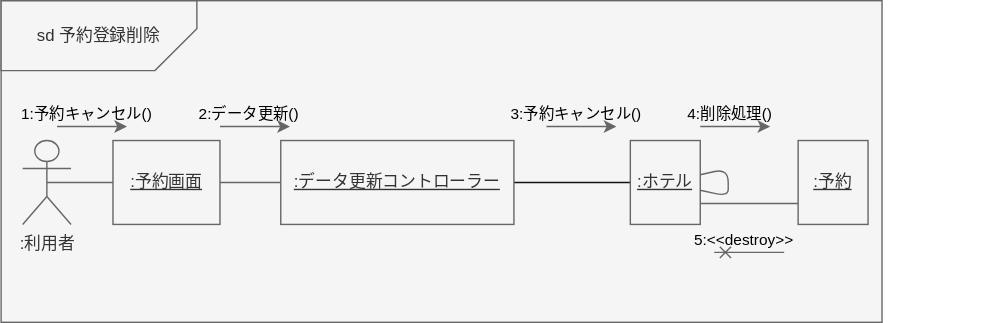
This is 演習５-2_CD_予約登録削除.drawio.svg from eumura123/uml-introduction, a draw.io export, as it was before one commit. Source tidied: cells renumbered, new cells last; positions are measured from the earlier drawing's top-left corner, leaving out a move shared by most shapes.
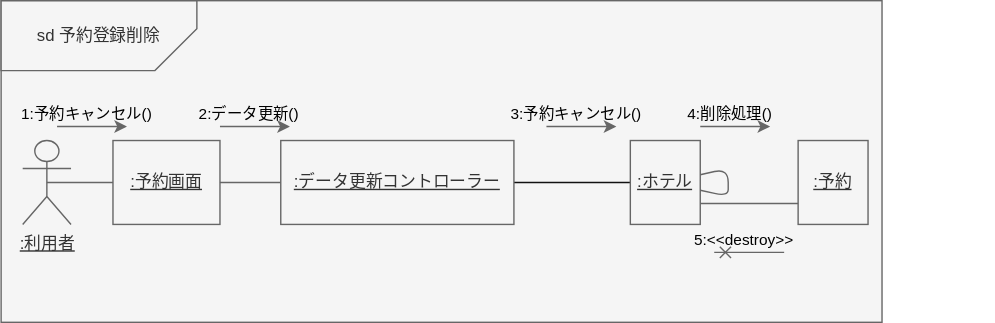
After the commit.

Diff of the diagram source:
```diff
@@ -11,7 +11,7 @@
     <mxCell id="4" value="sd 予約登録削除" style="shape=card;whiteSpace=wrap;html=1;fillColor=#f5f5f5;fontColor=#333333;strokeColor=#666666;flipH=1;direction=north;" parent="2" vertex="1">
       <mxGeometry width="140" height="50" as="geometry" />
     </mxCell>
-    <mxCell id="5" value=":利用者" style="shape=umlActor;verticalLabelPosition=bottom;verticalAlign=top;html=1;outlineConnect=0;fillColor=#f5f5f5;fontColor=#333333;strokeColor=#666666;" parent="2" vertex="1">
+    <mxCell id="5" value="&lt;u&gt;:利用者&lt;/u&gt;" style="shape=umlActor;verticalLabelPosition=bottom;verticalAlign=top;html=1;outlineConnect=0;fillColor=#f5f5f5;fontColor=#333333;strokeColor=#666666;" parent="2" vertex="1">
       <mxGeometry x="15.4" y="100" width="34.6" height="60" as="geometry" />
     </mxCell>
     <mxCell id="6" style="edgeStyle=none;html=1;entryX=0.5;entryY=0.5;entryDx=0;entryDy=0;entryPerimeter=0;fillColor=#f5f5f5;strokeColor=#666666;endArrow=none;endFill=0;" parent="2" edge="1" source="7" target="5">
```
